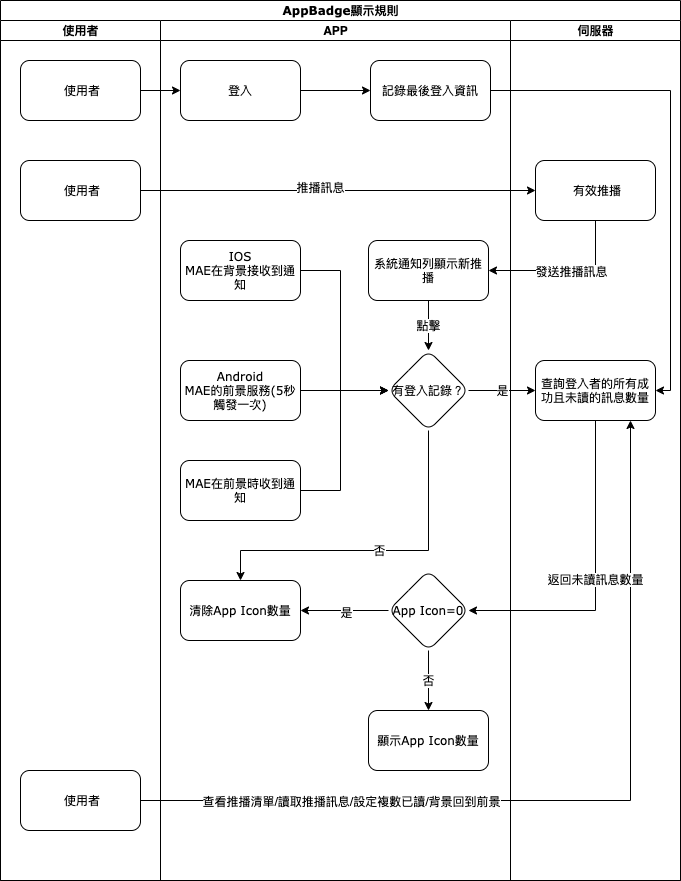
This is 8.10.0/UPDATE/ITEM_2/MAE/image/workflow_badge.png from ArcareRD/sadocs, a draw.io export, as it was before one commit. Source tidied: cells renumbered, new cells last; positions are measured from the earlier drawing's top-left corner, leaving out a move shared by most shapes.
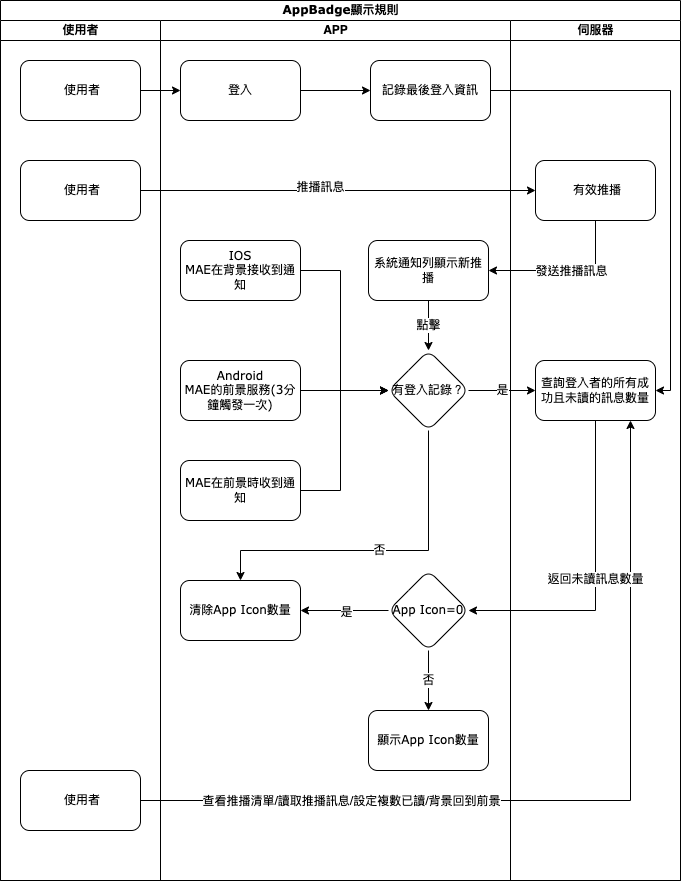
After the commit.

The edit, as a diff of the source:
```diff
@@ -97,7 +97,7 @@
     <mxCell id="25" style="edgeStyle=orthogonalEdgeStyle;rounded=0;jettySize=auto;html=1;exitX=1;exitY=0.5;exitDx=0;exitDy=0;" parent="9" edge="1" source="26" target="17">
       <mxGeometry relative="1" as="geometry" />
     </mxCell>
-    <mxCell id="26" value="Android&lt;br&gt;MAE的前景服務(5秒觸發一次)" style="rounded=1;whiteSpace=wrap;html=1;shadow=0;labelBackgroundColor=none;strokeWidth=1;fontFamily=Verdana;fontSize=8;align=center;" parent="9" vertex="1">
+    <mxCell id="26" value="Android&lt;br&gt;MAE的前景服務(3分鐘觸發一次)" style="rounded=1;whiteSpace=wrap;html=1;shadow=0;labelBackgroundColor=none;strokeWidth=1;fontFamily=Verdana;fontSize=8;align=center;" parent="9" vertex="1">
       <mxGeometry x="20" y="340" width="120" height="60" as="geometry" />
     </mxCell>
     <mxCell id="27" style="edgeStyle=orthogonalEdgeStyle;rounded=0;jettySize=auto;html=1;exitX=1;exitY=0.5;exitDx=0;exitDy=0;" parent="9" edge="1" source="28" target="17">
```
